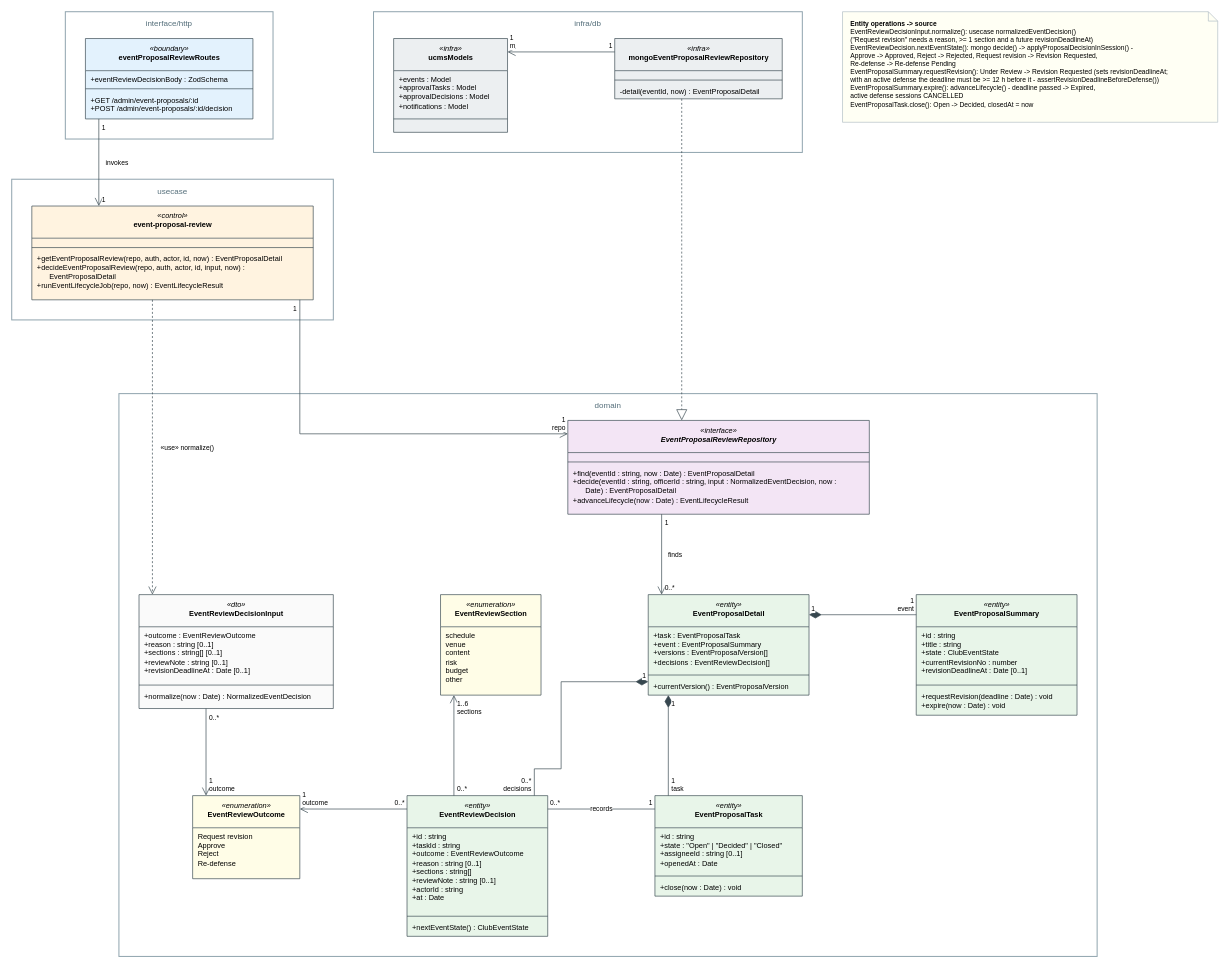
Above: page "02 Request-Event-Proposal-Revision" (3 of 18) of docs/03-diagrams/UCMS_Class_Diagrams.drawio in nvdekay/ClubManagementSystem (draw.io), before the change. Source tidied: cells renumbered, new cells numbered last; positions are measured from the earlier drawing's top-left corner, leaving out a move shared by most shapes. Both pictures are drawn from the tidied source at 67%, with x=0, y=0 at pixel (11, 11).
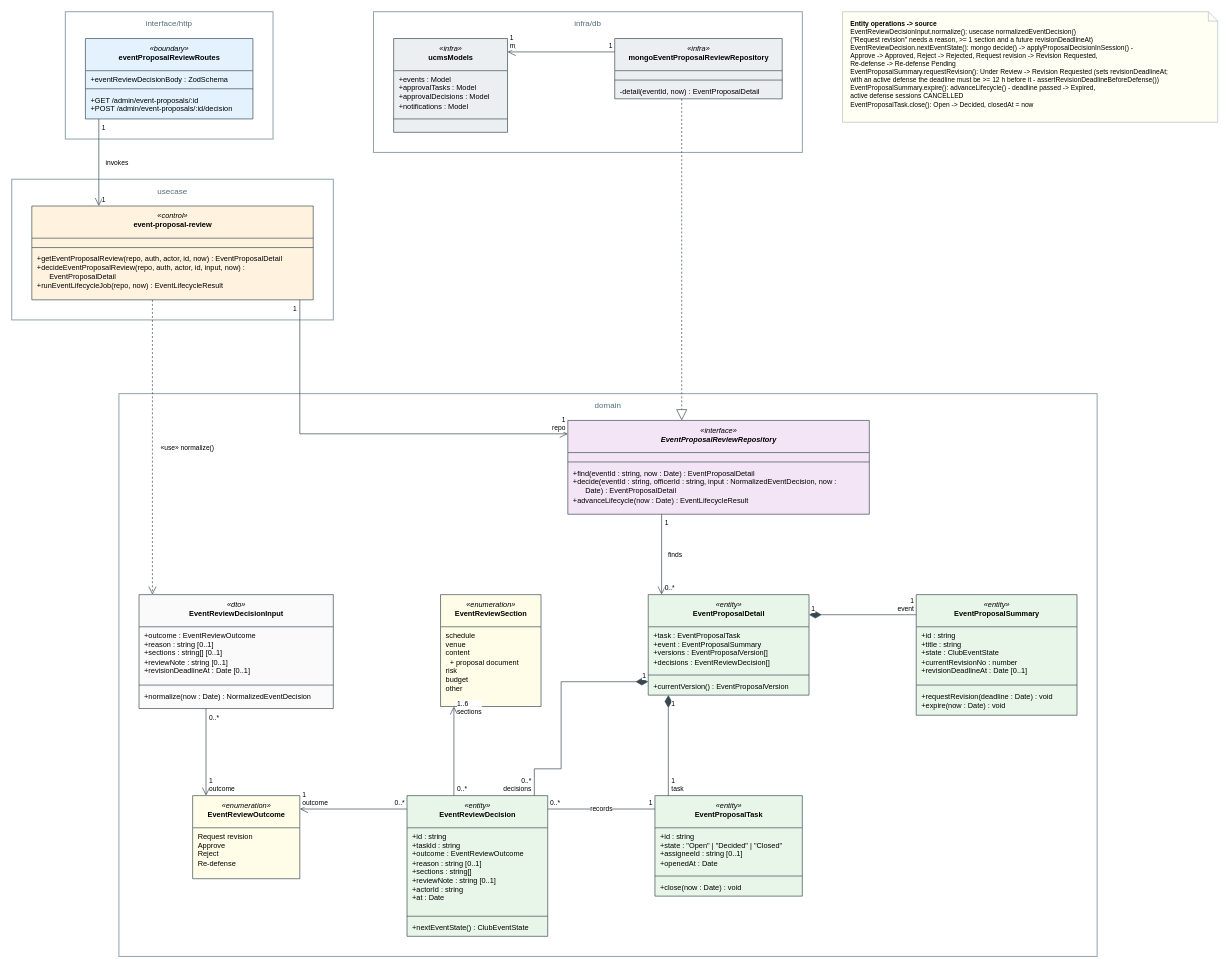
The same page after the edit.

The change refers to these unchanged cells:
```xml
<mxCell id="12" value="domain" style="rounded=0;whiteSpace=wrap;html=1;fillColor=#FFFFFF;strokeColor=#90A4AE;strokeWidth=1.5;verticalAlign=top;align=center;fontColor=#546E7A;fontSize=12;fontFamily=Arial;spacingTop=4;" parent="1" vertex="1">
  <mxGeometry x="160" y="570" width="1460" height="840" as="geometry" />
</mxCell>
```

Diff of the diagram source:
```diff
@@
     <mxCell id="39" value="&lt;i&gt;«enumeration»&lt;/i&gt;&lt;br&gt;&lt;b&gt;EventReviewSection&lt;/b&gt;" style="swimlane;fontStyle=0;html=1;whiteSpace=nowrap;align=center;verticalAlign=top;horizontal=1;startSize=48;fillColor=#FFFDE7;swimlaneFillColor=#FFFDE7;strokeColor=#37474F;fontSize=11;fontFamily=Arial;spacingTop=2;" parent="12" vertex="1">
-      <mxGeometry x="480" y="300" width="150" height="150" as="geometry" />
+      <mxGeometry x="480" y="300" width="150" height="167" as="geometry" />
     </mxCell>
-    <mxCell id="40" value="schedule&lt;br&gt;venue&lt;br&gt;content&lt;br&gt;risk&lt;br&gt;budget&lt;br&gt;other" style="text;html=1;strokeColor=none;fillColor=none;align=left;verticalAlign=top;spacingLeft=6;spacingRight=4;spacingTop=0;whiteSpace=nowrap;overflow=visible;fontSize=11;fontFamily=Arial;" parent="39" vertex="1">
-      <mxGeometry y="48" width="150" height="102" as="geometry" />
+    <mxCell id="40" value="schedule&lt;br&gt;venue&lt;br&gt;content&lt;br&gt;&amp;nbsp; + proposal document&lt;br&gt;risk&lt;br&gt;budget&lt;br&gt;other" style="text;html=1;strokeColor=none;fillColor=none;align=left;verticalAlign=top;spacingLeft=6;spacingRight=4;spacingTop=0;whiteSpace=nowrap;overflow=visible;fontSize=11;fontFamily=Arial;" parent="39" vertex="1">
+      <mxGeometry y="48" width="150" height="119" as="geometry" />
     </mxCell>
```
